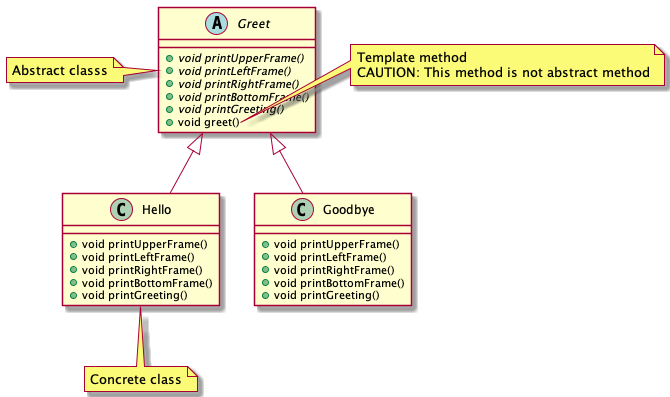
Before: doc/TemplateMethodUML.png, a diagram exported from PlantUML (kazumasa-kusaba/TemplateMethodByDesignPatternCpp). The source it was exported from:
```plantuml
@startuml
abstract class Greet {
  +{abstract} void printUpperFrame()
  +{abstract} void printLeftFrame()
  +{abstract} void printRightFrame()
  +{abstract} void printBottomFrame()
  +{abstract} void printGreeting()
  +void greet()
}
note left of Greet
  Abstract classs
end note
note right of Greet::greet
  Template method
  CAUTION: This method is not abstract method
end note

class Hello {
  +void printUpperFrame()
  +void printLeftFrame()
  +void printRightFrame()
  +void printBottomFrame()
  +void printGreeting()
}
Greet <|-- Hello
note bottom of Hello
  Concrete class
end note

class Goodbye {
  +void printUpperFrame()
  +void printLeftFrame()
  +void printRightFrame()
  +void printBottomFrame()
  +void printGreeting()
}
Greet <|-- Goodbye

@enduml
```
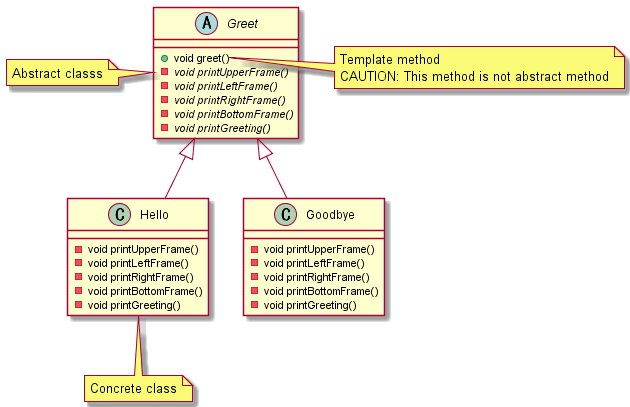
The same file after the commit.

Change to the diagram source:
```diff
@@ -1,11 +1,11 @@
 @startuml
 abstract class Greet {
-  +{abstract} void printUpperFrame()
-  +{abstract} void printLeftFrame()
-  +{abstract} void printRightFrame()
-  +{abstract} void printBottomFrame()
-  +{abstract} void printGreeting()
   +void greet()
+  -{abstract} void printUpperFrame()
+  -{abstract} void printLeftFrame()
+  -{abstract} void printRightFrame()
+  -{abstract} void printBottomFrame()
+  -{abstract} void printGreeting()
 }
 note left of Greet
   Abstract classs
@@ -16,11 +16,11 @@
 end note
 
 class Hello {
-  +void printUpperFrame()
-  +void printLeftFrame()
-  +void printRightFrame()
-  +void printBottomFrame()
-  +void printGreeting()
+  -void printUpperFrame()
+  -void printLeftFrame()
+  -void printRightFrame()
+  -void printBottomFrame()
+  -void printGreeting()
 }
 Greet <|-- Hello
 note bottom of Hello
@@ -28,11 +28,11 @@
 end note
 
 class Goodbye {
-  +void printUpperFrame()
-  +void printLeftFrame()
-  +void printRightFrame()
-  +void printBottomFrame()
-  +void printGreeting()
+  -void printUpperFrame()
+  -void printLeftFrame()
+  -void printRightFrame()
+  -void printBottomFrame()
+  -void printGreeting()
 }
 Greet <|-- Goodbye
 
```
